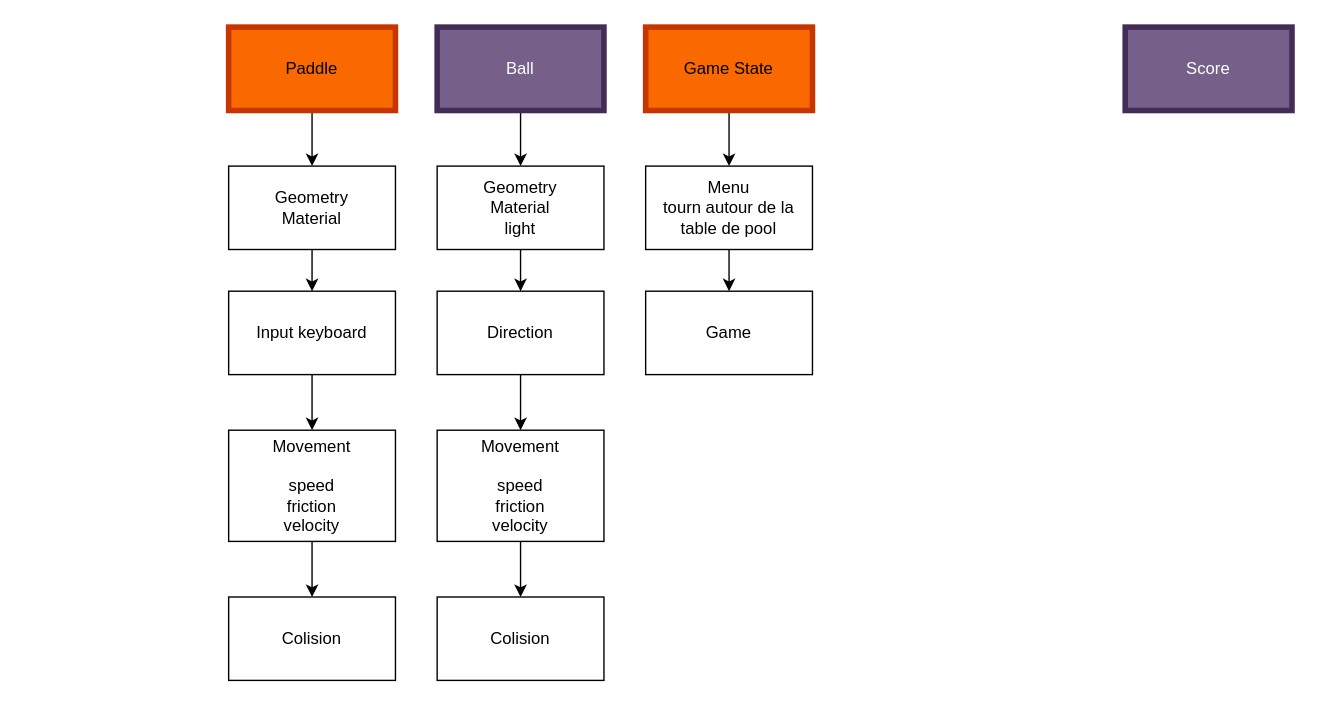
Above: srcs/web/www/Game/guide.drawio in ztrottie/ft_transcendence (draw.io), before the change. Source tidied: cells renumbered, new cells numbered last; positions are measured from the earlier drawing's top-left corner, leaving out a move shared by most shapes. Both pictures are drawn from the tidied source at 139%, with x=0, y=0 at pixel (228, 26).
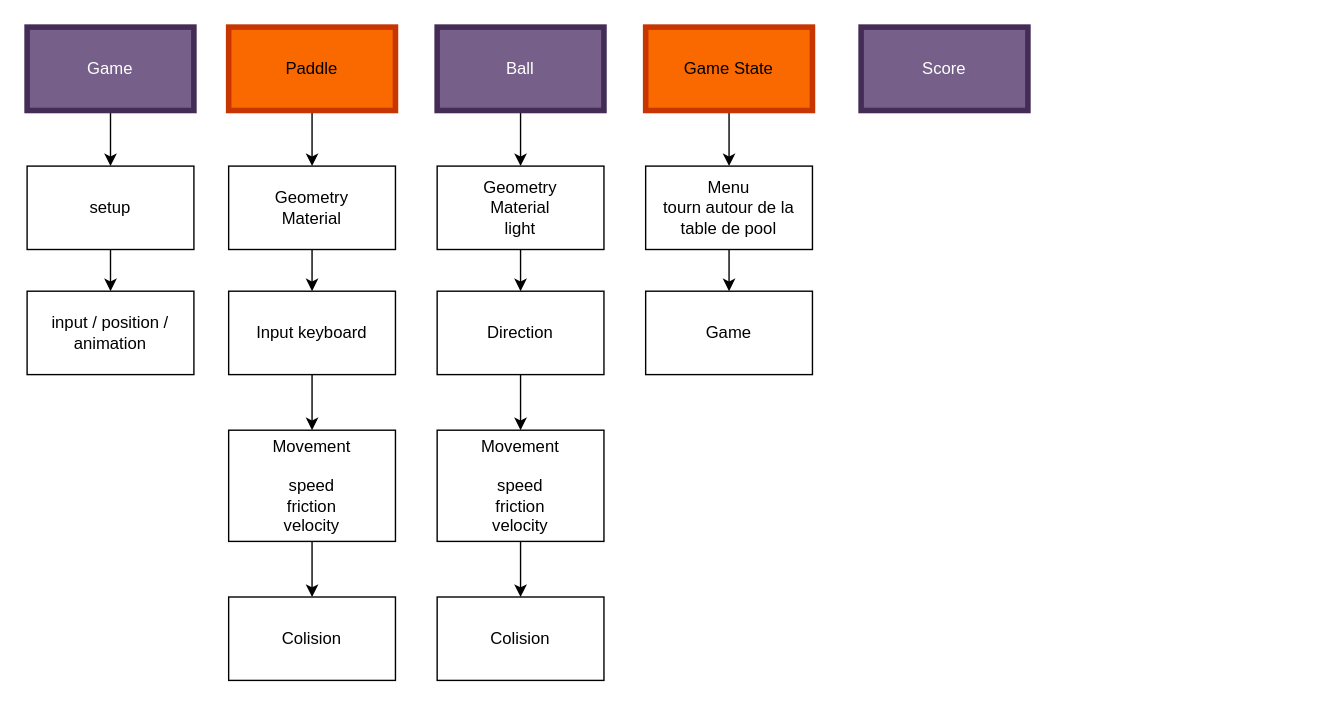
The same diagram, later.

The change refers to these unchanged cells:
```xml
<mxCell id="12" value="Movement&lt;br&gt;&lt;br&gt;speed &lt;br&gt;friction &lt;br&gt;velocity" style="whiteSpace=wrap;html=1;" parent="1" vertex="1">
  <mxGeometry y="290" width="120" height="80" as="geometry" />
</mxCell>
<mxCell id="13" value="Colision" style="whiteSpace=wrap;html=1;" parent="1" vertex="1">
  <mxGeometry y="410" width="120" height="60" as="geometry" />
</mxCell>
<mxCell id="19" value="Movement&lt;br&gt;&lt;br&gt;speed &lt;br&gt;friction &lt;br&gt;velocity" style="whiteSpace=wrap;html=1;" parent="1" vertex="1">
  <mxGeometry x="150" y="290" width="120" height="80" as="geometry" />
</mxCell>
<mxCell id="20" value="Colision" style="whiteSpace=wrap;html=1;" parent="1" vertex="1">
  <mxGeometry x="150" y="410" width="120" height="60" as="geometry" />
</mxCell>
```

What changed in the source:
```diff
@@
     <mxCell id="6" value="Score" style="whiteSpace=wrap;html=1;strokeWidth=4;fillColor=#76608a;fontColor=#ffffff;strokeColor=#432D57;" parent="1" vertex="1">
-      <mxGeometry x="645" width="120" height="60" as="geometry" />
+      <mxGeometry x="455" width="120" height="60" as="geometry" />
     </mxCell>
@@
-    <mxCell id="11" style="edgeStyle=none;html=1;entryX=0.5;entryY=0;entryDx=0;entryDy=0;" parent="1" edge="1" source="12" target="13">
-      <mxGeometry relative="1" as="geometry" />
+    <mxCell id="11" style="edgeStyle=none;html=1;entryX=0.5;entryY=0;entryDx=0;entryDy=0;" parent="1" edge="1" source="12">
+      <mxGeometry relative="1" as="geometry">
+        <mxPoint x="60" y="410" as="targetPoint" />
+      </mxGeometry>
     </mxCell>
@@
-    <mxCell id="18" style="edgeStyle=none;html=1;entryX=0.5;entryY=0;entryDx=0;entryDy=0;" parent="1" edge="1" source="19" target="20">
-      <mxGeometry relative="1" as="geometry" />
+    <mxCell id="18" style="edgeStyle=none;html=1;entryX=0.5;entryY=0;entryDx=0;entryDy=0;" parent="1" edge="1" source="19">
+      <mxGeometry relative="1" as="geometry">
+        <mxPoint x="210" y="410" as="targetPoint" />
+      </mxGeometry>
     </mxCell>
@@
+    <mxCell id="26" style="edgeStyle=none;html=1;entryX=0.5;entryY=0;entryDx=0;entryDy=0;" parent="1" edge="1" source="27" target="29">
+      <mxGeometry relative="1" as="geometry" />
+    </mxCell>
+    <mxCell id="27" value="Game" style="whiteSpace=wrap;html=1;fillColor=#76608a;fontColor=#ffffff;strokeColor=#432D57;strokeWidth=4;" parent="1" vertex="1">
+      <mxGeometry x="-145" width="120" height="60" as="geometry" />
+    </mxCell>
+    <mxCell id="28" style="edgeStyle=none;html=1;" parent="1" edge="1" source="29" target="30">
+      <mxGeometry relative="1" as="geometry" />
+    </mxCell>
+    <mxCell id="29" value="setup" style="whiteSpace=wrap;html=1;strokeWidth=1;" parent="1" vertex="1">
+      <mxGeometry x="-145" y="100" width="120" height="60" as="geometry" />
+    </mxCell>
+    <mxCell id="30" value="input / position / animation" style="whiteSpace=wrap;html=1;strokeWidth=1;" parent="1" vertex="1">
+      <mxGeometry x="-145" y="190" width="120" height="60" as="geometry" />
+    </mxCell>
```
